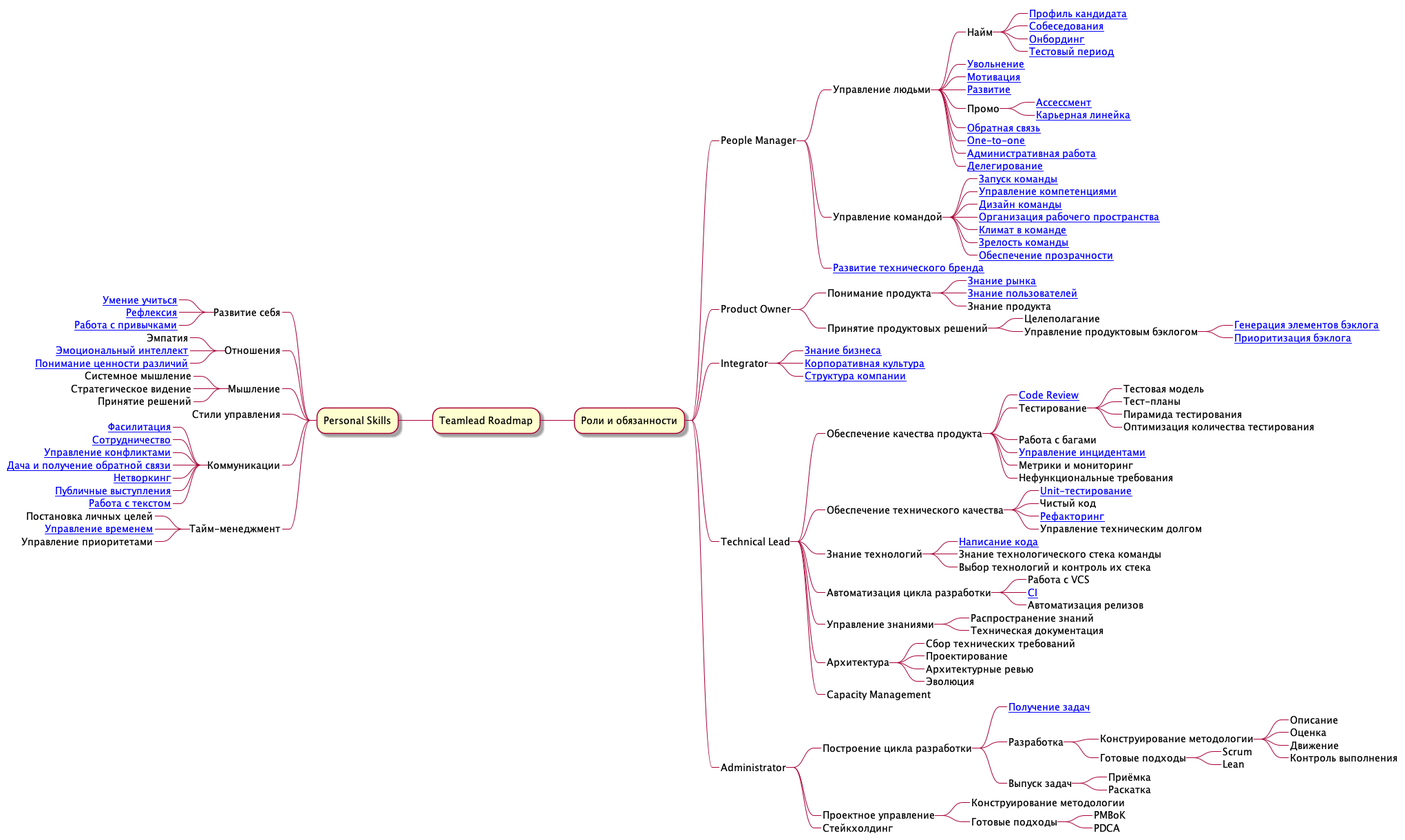
tlbootcamp/tlroadmap keeps this PlantUML diagram as roadmap.png. Above is the earlier version.
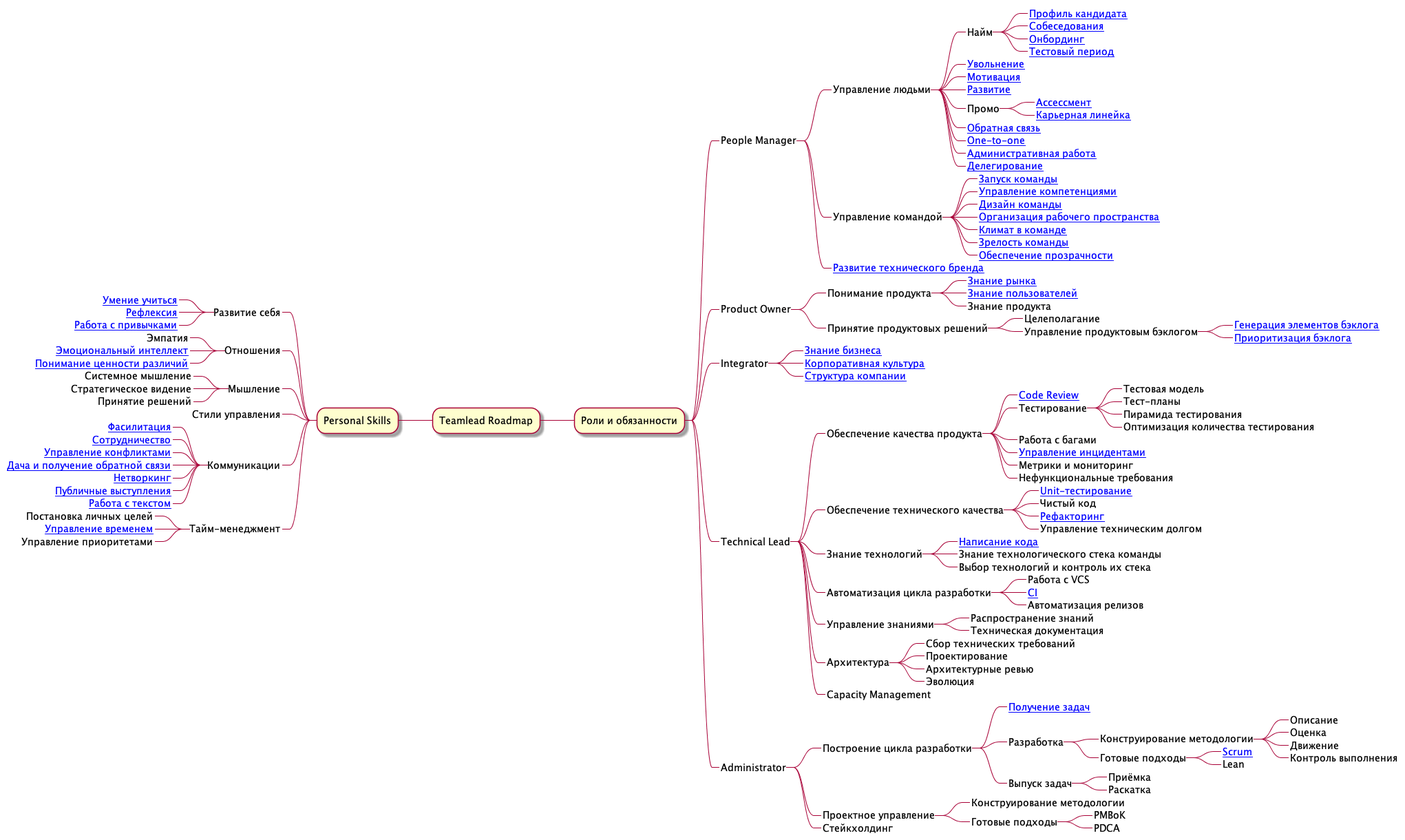
Later version of the same file.

Commit message:
Added scrum article

What changed in the source:
```diff
@@ -85,7 +85,7 @@
 *******_ Движение
 *******_ Контроль выполнения
 ******_ Готовые подходы
-*******_ Scrum
+*******_ [[https://github.com/tlbootcamp/tlroadmap/blob/master/skills/administrator/scrum.md Scrum]]
 *******_ Lean
 *****_ Выпуск задач
 ******_ Приёмка
```
